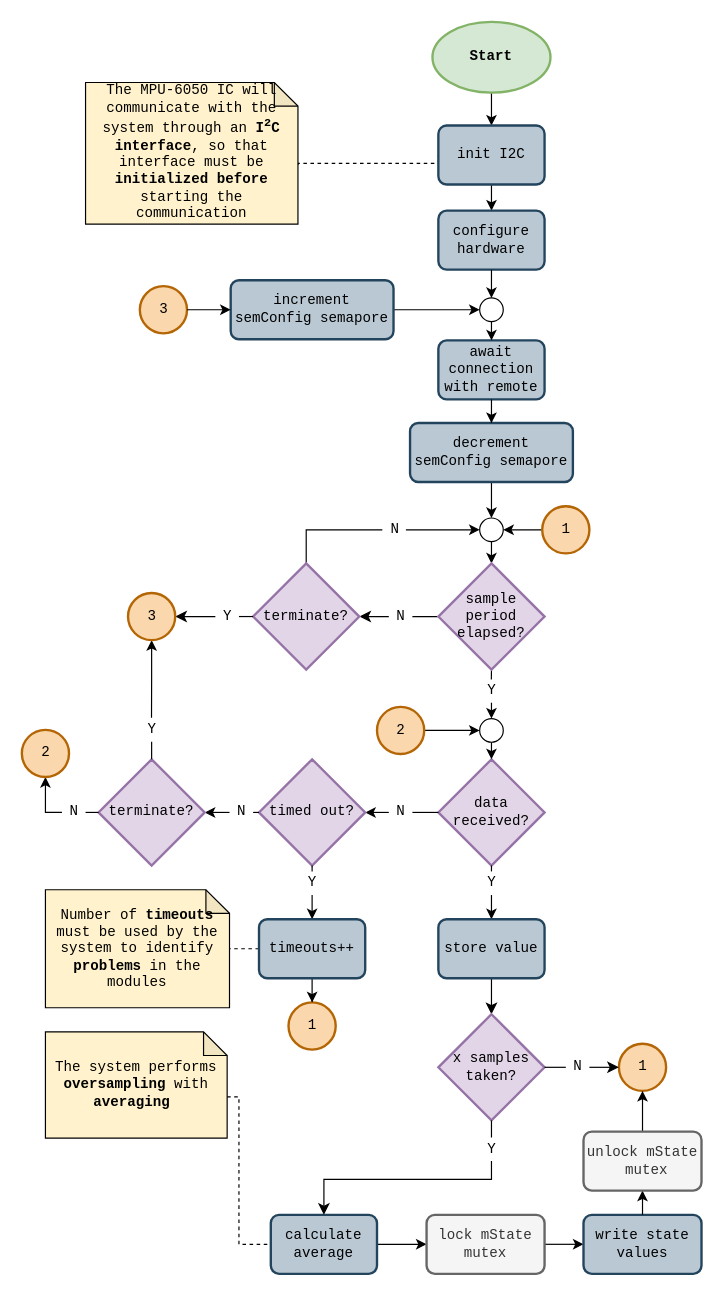
Earlier version of the draw.io diagram 3. Design/3. Software Specification/acc_gyro_flowchart-local.drawio (esrg-silent-howl/zephyrus). Source tidied: cells renumbered, new cells numbered last; positions are measured from the earlier drawing's top-left corner, leaving out a move shared by most shapes. Both pictures are drawn from the tidied source at 118%, with x=0, y=0 at pixel (21, 21).
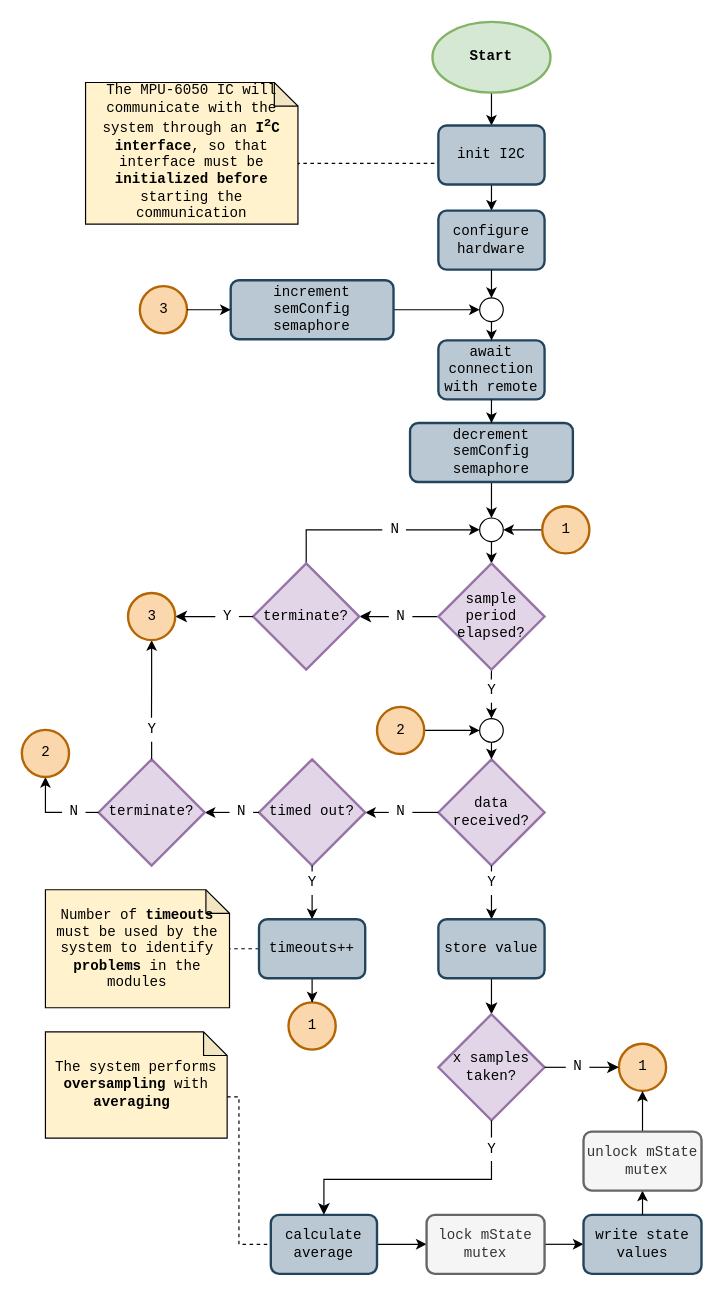
The same page after the edit.

Commit message (it also covers changes not shown here):
FIX: minor fix - acc and gyro flowchart

The edit, as a diff of the source:
```diff
@@
-    <mxCell id="86" value="decrement semConfig semapore" style="rounded=1;whiteSpace=wrap;html=1;absoluteArcSize=1;arcSize=14;strokeWidth=2;fillColor=#bac8d3;strokeColor=#23445d;fontFamily=Consolas;" parent="1" vertex="1">
+    <mxCell id="86" value="decrement semConfig semaphore" style="rounded=1;whiteSpace=wrap;html=1;absoluteArcSize=1;arcSize=14;strokeWidth=2;fillColor=#bac8d3;strokeColor=#23445d;fontFamily=Consolas;" parent="1" vertex="1">
       <mxGeometry x="329" y="340" width="138" height="50" as="geometry" />
     </mxCell>
@@
-    <mxCell id="88" value="increment semConfig semapore" style="rounded=1;whiteSpace=wrap;html=1;absoluteArcSize=1;arcSize=14;strokeWidth=2;fillColor=#bac8d3;strokeColor=#23445d;fontFamily=Consolas;" parent="1" vertex="1">
+    <mxCell id="88" value="increment semConfig semaphore" style="rounded=1;whiteSpace=wrap;html=1;absoluteArcSize=1;arcSize=14;strokeWidth=2;fillColor=#bac8d3;strokeColor=#23445d;fontFamily=Consolas;" parent="1" vertex="1">
       <mxGeometry x="177" y="219" width="138" height="50" as="geometry" />
     </mxCell>
```
